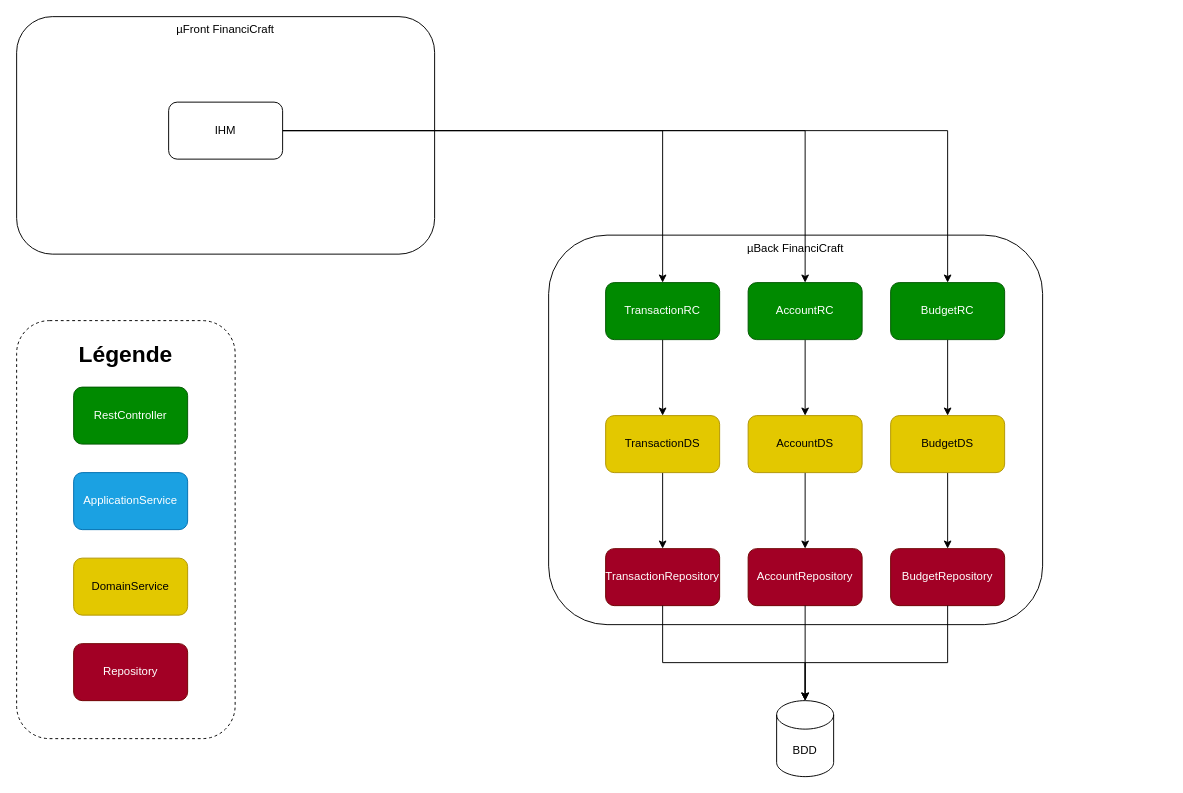
The draw.io diagram page "Architecture Applicative" (3 of 3) of doc/architecture.drawio in Sydher/FinanciCraft, before the edit. Source tidied: cells renumbered, new cells numbered last; positions are measured from the earlier drawing's top-left corner, leaving out a move shared by most shapes. Both pictures are drawn from the tidied source at 95%, with x=0, y=0 at pixel (16, 16).
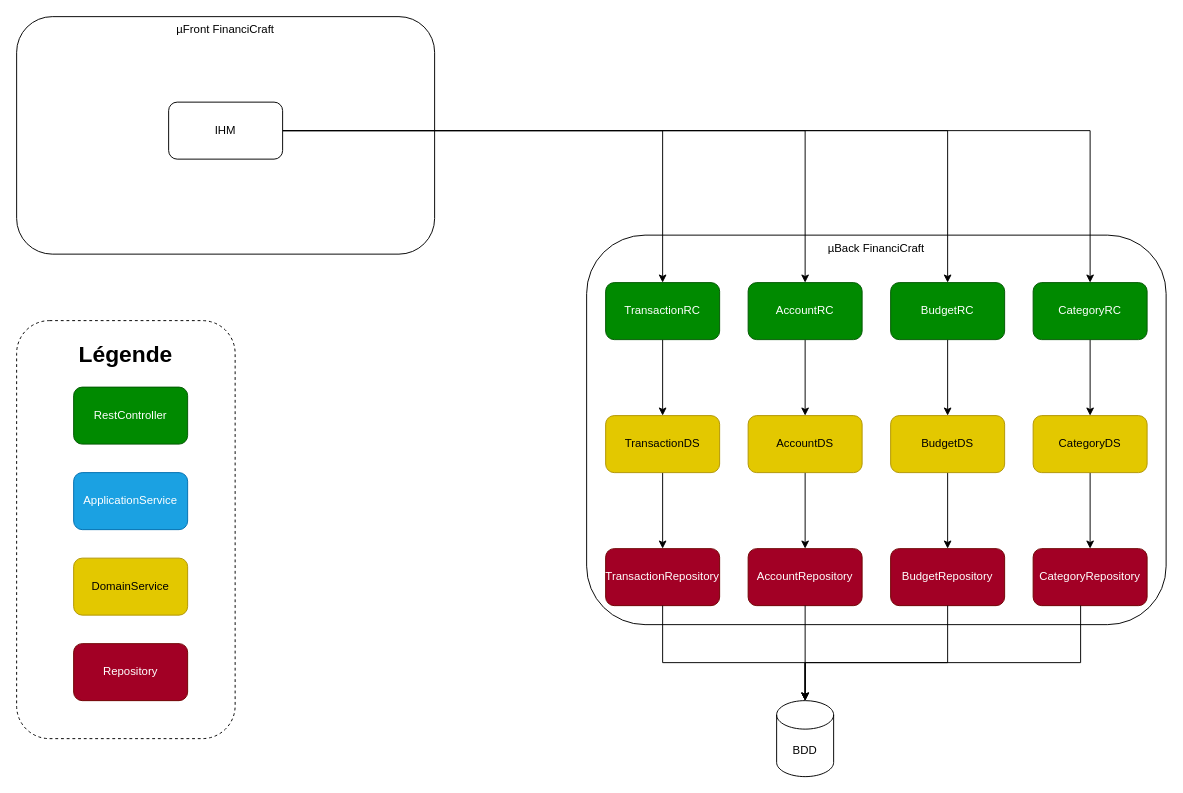
Above is the later version.

The change refers to these unchanged cells:
```xml
<mxCell id="4" value="BDD" style="shape=cylinder3;whiteSpace=wrap;html=1;boundedLbl=1;backgroundOutline=1;size=15;" parent="1" vertex="1">
  <mxGeometry x="800" y="720" width="60" height="80" as="geometry" />
</mxCell>
<mxCell id="13" value="IHM" style="rounded=1;whiteSpace=wrap;html=1;" parent="1" vertex="1">
  <mxGeometry x="160" y="90" width="120" height="60" as="geometry" />
</mxCell>
```

The edit, as a diff of the source:
```diff
@@
     <mxCell id="2" value="µBack FinanciCraft" style="rounded=1;whiteSpace=wrap;html=1;verticalAlign=top;" parent="1" vertex="1">
-      <mxGeometry x="560" y="230" width="520" height="410" as="geometry" />
+      <mxGeometry x="600" y="230" width="610" height="410" as="geometry" />
     </mxCell>
@@
+    <mxCell id="34" style="edgeStyle=orthogonalEdgeStyle;rounded=0;jettySize=auto;html=1;entryX=0.5;entryY=0;entryDx=0;entryDy=0;" parent="1" edge="1" source="13" target="38">
+      <mxGeometry relative="1" as="geometry" />
+    </mxCell>
@@
+    <mxCell id="35" style="edgeStyle=orthogonalEdgeStyle;rounded=0;jettySize=auto;html=1;entryX=0.5;entryY=0;entryDx=0;entryDy=0;" parent="1" edge="1" source="36" target="39">
+      <mxGeometry relative="1" as="geometry" />
+    </mxCell>
+    <mxCell id="36" value="CategoryDS" style="rounded=1;whiteSpace=wrap;html=1;fillColor=#e3c800;fontColor=#000000;strokeColor=#B09500;" parent="1" vertex="1">
+      <mxGeometry x="1070" y="420" width="120" height="60" as="geometry" />
+    </mxCell>
+    <mxCell id="37" style="edgeStyle=orthogonalEdgeStyle;rounded=0;jettySize=auto;html=1;entryX=0.5;entryY=0;entryDx=0;entryDy=0;" parent="1" edge="1" source="38" target="36">
+      <mxGeometry relative="1" as="geometry" />
+    </mxCell>
+    <mxCell id="38" value="CategoryRC" style="rounded=1;whiteSpace=wrap;html=1;fillColor=#008a00;fontColor=#ffffff;strokeColor=#005700;" parent="1" vertex="1">
+      <mxGeometry x="1070" y="280" width="120" height="60" as="geometry" />
+    </mxCell>
+    <mxCell id="39" value="CategoryRepository" style="rounded=1;whiteSpace=wrap;html=1;fillColor=#a20025;fontColor=#ffffff;strokeColor=#6F0000;" parent="1" vertex="1">
+      <mxGeometry x="1070" y="560" width="120" height="60" as="geometry" />
+    </mxCell>
+    <mxCell id="40" style="edgeStyle=orthogonalEdgeStyle;rounded=0;jettySize=auto;html=1;entryX=0.5;entryY=0;entryDx=0;entryDy=0;entryPerimeter=0;" parent="1" edge="1" source="39" target="4">
+      <mxGeometry relative="1" as="geometry">
+        <Array as="points">
+          <mxPoint x="1120" y="680" />
+          <mxPoint x="830" y="680" />
+        </Array>
+      </mxGeometry>
+    </mxCell>
```
